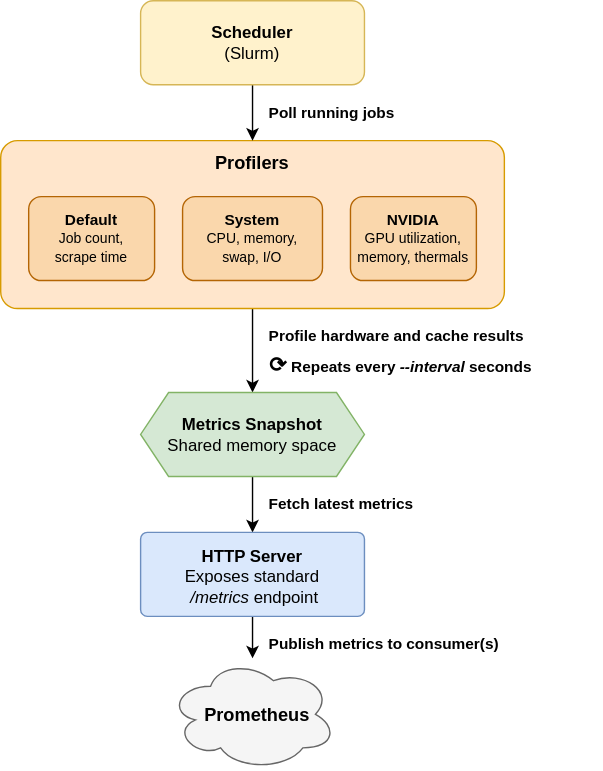
Above: assets/architecture.svg in Better-HPC/hpc-node-exporter (draw.io), before the change. Source tidied: cells renumbered, new cells last; positions are measured from the earlier drawing's top-left corner, leaving out a move shared by most shapes. Its diagram source:
```xml
<mxGraphModel>
  <root>
    <mxCell id="0" />
    <mxCell id="1" parent="0" />
    <mxCell id="2" style="edgeStyle=orthogonalEdgeStyle;rounded=0;jettySize=auto;html=1;" parent="1" edge="1" source="3" target="10">
      <mxGeometry relative="1" as="geometry" />
    </mxCell>
    <mxCell id="3" value="Profilers" style="rounded=1;whiteSpace=wrap;html=1;verticalAlign=top;fontStyle=1;fontSize=13;fillColor=#ffe6cc;strokeColor=#d79b00;arcSize=10;spacingTop=2;" parent="1" vertex="1">
      <mxGeometry y="100" width="360" height="120" as="geometry" />
    </mxCell>
    <mxCell id="4" value="&lt;b&gt;Default&lt;/b&gt;&lt;br&gt;&lt;font style=&quot;font-size:10px&quot;&gt;Job count,&lt;br&gt;scrape time&lt;/font&gt;" style="rounded=1;whiteSpace=wrap;html=1;fillColor=#fad7ac;strokeColor=#b46504;fontSize=11;" parent="1" vertex="1">
      <mxGeometry x="20" y="140" width="90" height="60" as="geometry" />
    </mxCell>
    <mxCell id="5" value="&lt;b&gt;System&lt;/b&gt;&lt;br&gt;&lt;font style=&quot;font-size:10px&quot;&gt;CPU, memory,&lt;br&gt;swap, I/O&lt;/font&gt;" style="rounded=1;whiteSpace=wrap;html=1;fillColor=#fad7ac;strokeColor=#b46504;fontSize=11;" parent="1" vertex="1">
      <mxGeometry x="130" y="140" width="100" height="60" as="geometry" />
    </mxCell>
    <mxCell id="6" value="&lt;b&gt;NVIDIA&lt;/b&gt;&lt;br&gt;&lt;font style=&quot;font-size:10px&quot;&gt;GPU utilization,&lt;br&gt;memory, thermals&lt;/font&gt;" style="rounded=1;whiteSpace=wrap;html=1;fillColor=#fad7ac;strokeColor=#b46504;fontSize=11;" parent="1" vertex="1">
      <mxGeometry x="250" y="140" width="90" height="60" as="geometry" />
    </mxCell>
    <mxCell id="7" style="edgeStyle=orthogonalEdgeStyle;rounded=0;jettySize=auto;html=1;" parent="1" edge="1" source="8" target="3">
      <mxGeometry relative="1" as="geometry" />
    </mxCell>
    <mxCell id="8" value="&lt;b&gt;Scheduler&lt;/b&gt;&lt;br&gt;(Slurm)" style="rounded=1;whiteSpace=wrap;html=1;fillColor=#fff2cc;strokeColor=#d6b656;fontSize=12;" parent="1" vertex="1">
      <mxGeometry x="100" width="160" height="60" as="geometry" />
    </mxCell>
    <mxCell id="9" style="edgeStyle=orthogonalEdgeStyle;rounded=0;jettySize=auto;html=1;" parent="1" edge="1" source="10" target="12">
      <mxGeometry relative="1" as="geometry" />
    </mxCell>
    <mxCell id="10" value="&lt;b&gt;Metrics Snapshot&lt;/b&gt;&lt;br&gt;Shared memory space" style="shape=hexagon;perimeter=hexagonPerimeter2;whiteSpace=wrap;html=1;fixedSize=1;fillColor=#d5e8d4;strokeColor=#82b366;fontSize=12;size=20;" parent="1" vertex="1">
      <mxGeometry x="100" y="280" width="160" height="60" as="geometry" />
    </mxCell>
    <mxCell id="11" style="edgeStyle=orthogonalEdgeStyle;rounded=0;jettySize=auto;html=1;" parent="1" edge="1" source="12" target="14">
      <mxGeometry relative="1" as="geometry" />
    </mxCell>
    <mxCell id="12" value="HTTP Server&lt;div&gt;&lt;span style=&quot;font-weight: normal;&quot;&gt;Exposes standard&lt;/span&gt;&lt;/div&gt;&lt;div&gt;&lt;span style=&quot;font-weight: normal;&quot;&gt;&lt;i&gt;&amp;nbsp;/metrics &lt;/i&gt;endpoint&lt;/span&gt;&lt;/div&gt;" style="rounded=1;whiteSpace=wrap;html=1;verticalAlign=top;fontStyle=1;fontSize=12;fillColor=#dae8fc;strokeColor=#6c8ebf;arcSize=8;spacingTop=4;" parent="1" vertex="1">
      <mxGeometry x="100" y="380" width="160" height="60" as="geometry" />
    </mxCell>
    <mxCell id="13" value="Profile hardware and cache results" style="text;html=1;align=left;verticalAlign=middle;fontSize=11;fontColor=#000000;fontStyle=1;" parent="1" vertex="1">
      <mxGeometry x="190" y="230" width="240" height="20" as="geometry" />
    </mxCell>
    <mxCell id="14" value="&lt;b&gt;Prometheus&lt;/b&gt;" style="shape=cloud;whiteSpace=wrap;html=1;fillColor=#f5f5f5;strokeColor=#666666;fontSize=13;spacingLeft=7;" parent="1" vertex="1">
      <mxGeometry x="120" y="470" width="120" height="80" as="geometry" />
    </mxCell>
    <mxCell id="15" value="Poll running jobs" style="text;html=1;align=left;verticalAlign=middle;fontSize=11;fontColor=#000000;fontStyle=1;" parent="1" vertex="1">
      <mxGeometry x="190" y="70" width="240" height="20" as="geometry" />
    </mxCell>
    <mxCell id="16" value="&lt;font style=&quot;font-size: 15px;&quot;&gt;⟳&lt;/font&gt; Repeats every &lt;i&gt;--interval&lt;/i&gt; seconds" style="text;html=1;align=left;verticalAlign=middle;fontSize=11;fontColor=#000000;fontStyle=1;" parent="1" vertex="1">
      <mxGeometry x="190" y="250" width="240" height="20" as="geometry" />
    </mxCell>
    <mxCell id="17" value="Fetch latest metrics" style="text;html=1;align=left;verticalAlign=middle;fontSize=11;fontColor=#000000;fontStyle=1;" parent="1" vertex="1">
      <mxGeometry x="190" y="350" width="240" height="20" as="geometry" />
    </mxCell>
    <mxCell id="18" value="&lt;div&gt;Publish metrics to consumer(s)&lt;/div&gt;" style="text;html=1;align=left;verticalAlign=middle;fontSize=11;fontColor=#000000;fontStyle=1;" parent="1" vertex="1">
      <mxGeometry x="190" y="450" width="240" height="20" as="geometry" />
    </mxCell>
  </root>
</mxGraphModel>
```
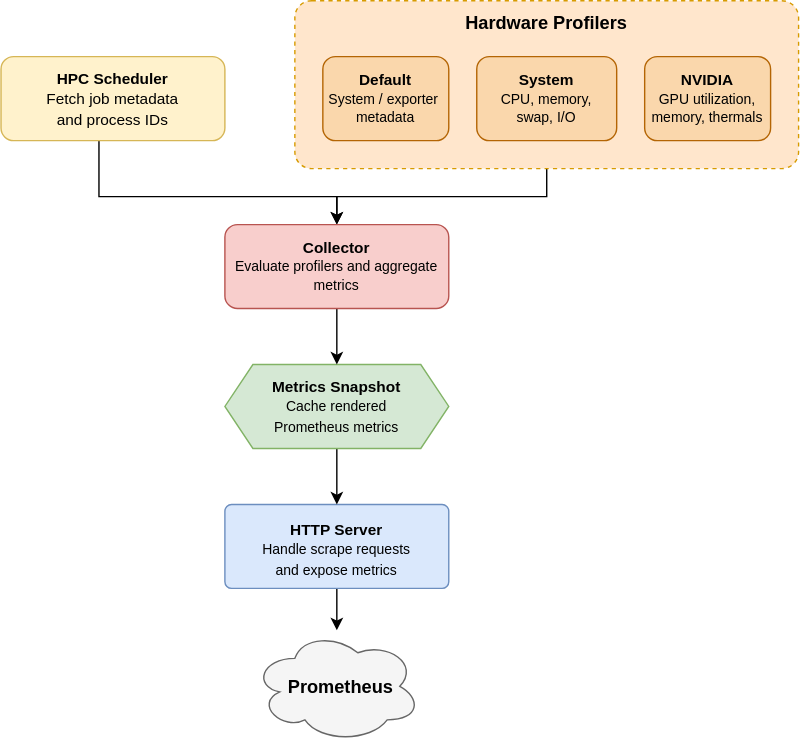
Above is the later version.

What changed in the source:
```diff
@@ -2,13 +2,18 @@
   <root>
     <mxCell id="0" />
     <mxCell id="1" parent="0" />
-    <mxCell id="2" style="edgeStyle=orthogonalEdgeStyle;rounded=0;jettySize=auto;html=1;" parent="1" edge="1" source="3" target="10">
-      <mxGeometry relative="1" as="geometry" />
-    </mxCell>
+    <mxCell id="19" style="edgeStyle=orthogonalEdgeStyle;rounded=0;jettySize=auto;html=1;" parent="1" edge="1" source="3" target="23">
+      <mxGeometry relative="1" as="geometry">
+        <Array as="points">
+          <mxPoint x="180" y="240" />
+          <mxPoint x="30" y="240" />
+        </Array>
+      </mxGeometry>
+    </mxCell>
-    <mxCell id="3" value="Profilers" style="rounded=1;whiteSpace=wrap;html=1;verticalAlign=top;fontStyle=1;fontSize=13;fillColor=#ffe6cc;strokeColor=#d79b00;arcSize=10;spacingTop=2;" parent="1" vertex="1">
+    <mxCell id="3" value="Hardware Profilers" style="rounded=1;whiteSpace=wrap;html=1;verticalAlign=top;fontStyle=1;fontSize=13;fillColor=#ffe6cc;strokeColor=#d79b00;arcSize=10;spacingTop=2;dashed=1;fillStyle=auto;" parent="1" vertex="1">
       <mxGeometry y="100" width="360" height="120" as="geometry" />
     </mxCell>
-    <mxCell id="4" value="&lt;b&gt;Default&lt;/b&gt;&lt;br&gt;&lt;font style=&quot;font-size:10px&quot;&gt;Job count,&lt;br&gt;scrape time&lt;/font&gt;" style="rounded=1;whiteSpace=wrap;html=1;fillColor=#fad7ac;strokeColor=#b46504;fontSize=11;" parent="1" vertex="1">
+    <mxCell id="4" value="&lt;b&gt;Default&lt;/b&gt;&lt;br&gt;&lt;div&gt;&lt;font style=&quot;font-size:10px&quot;&gt;System / exporter&amp;nbsp;&lt;/font&gt;&lt;/div&gt;&lt;div&gt;&lt;font style=&quot;font-size:10px&quot;&gt;metadata&lt;/font&gt;&lt;/div&gt;" style="rounded=1;whiteSpace=wrap;html=1;fillColor=#fad7ac;strokeColor=#b46504;fontSize=11;" parent="1" vertex="1">
       <mxGeometry x="20" y="140" width="90" height="60" as="geometry" />
     </mxCell>
     <mxCell id="5" value="&lt;b&gt;System&lt;/b&gt;&lt;br&gt;&lt;font style=&quot;font-size:10px&quot;&gt;CPU, memory,&lt;br&gt;swap, I/O&lt;/font&gt;" style="rounded=1;whiteSpace=wrap;html=1;fillColor=#fad7ac;strokeColor=#b46504;fontSize=11;" parent="1" vertex="1">
@@ -17,41 +22,37 @@
     <mxCell id="6" value="&lt;b&gt;NVIDIA&lt;/b&gt;&lt;br&gt;&lt;font style=&quot;font-size:10px&quot;&gt;GPU utilization,&lt;br&gt;memory, thermals&lt;/font&gt;" style="rounded=1;whiteSpace=wrap;html=1;fillColor=#fad7ac;strokeColor=#b46504;fontSize=11;" parent="1" vertex="1">
       <mxGeometry x="250" y="140" width="90" height="60" as="geometry" />
     </mxCell>
-    <mxCell id="7" style="edgeStyle=orthogonalEdgeStyle;rounded=0;jettySize=auto;html=1;" parent="1" edge="1" source="8" target="3">
-      <mxGeometry relative="1" as="geometry" />
+    <mxCell id="7" style="edgeStyle=orthogonalEdgeStyle;rounded=0;jettySize=auto;html=1;" parent="1" edge="1" source="8" target="23">
+      <mxGeometry relative="1" as="geometry">
+        <Array as="points">
+          <mxPoint x="-140" y="240" />
+          <mxPoint x="30" y="240" />
+        </Array>
+      </mxGeometry>
     </mxCell>
-    <mxCell id="8" value="&lt;b&gt;Scheduler&lt;/b&gt;&lt;br&gt;(Slurm)" style="rounded=1;whiteSpace=wrap;html=1;fillColor=#fff2cc;strokeColor=#d6b656;fontSize=12;" parent="1" vertex="1">
-      <mxGeometry x="100" width="160" height="60" as="geometry" />
+    <mxCell id="8" value="&lt;font style=&quot;font-size: 11px;&quot;&gt;&lt;b&gt;HPC&amp;nbsp;Scheduler&lt;/b&gt;&lt;/font&gt;&lt;div&gt;&lt;font style=&quot;font-size: 11px;&quot;&gt;Fetch job metadata&lt;/font&gt;&lt;/div&gt;&lt;div&gt;&lt;font style=&quot;font-size: 11px;&quot;&gt;and process IDs&lt;/font&gt;&lt;/div&gt;" style="rounded=1;whiteSpace=wrap;html=1;fillColor=#fff2cc;strokeColor=#d6b656;fontSize=12;" parent="1" vertex="1">
+      <mxGeometry x="-210" y="140" width="160" height="60" as="geometry" />
     </mxCell>
-    <mxCell id="9" style="edgeStyle=orthogonalEdgeStyle;rounded=0;jettySize=auto;html=1;" parent="1" edge="1" source="10" target="12">
-      <mxGeometry relative="1" as="geometry" />
-    </mxCell>
-    <mxCell id="10" value="&lt;b&gt;Metrics Snapshot&lt;/b&gt;&lt;br&gt;Shared memory space" style="shape=hexagon;perimeter=hexagonPerimeter2;whiteSpace=wrap;html=1;fixedSize=1;fillColor=#d5e8d4;strokeColor=#82b366;fontSize=12;size=20;" parent="1" vertex="1">
-      <mxGeometry x="100" y="280" width="160" height="60" as="geometry" />
-    </mxCell>
     <mxCell id="11" style="edgeStyle=orthogonalEdgeStyle;rounded=0;jettySize=auto;html=1;" parent="1" edge="1" source="12" target="14">
       <mxGeometry relative="1" as="geometry" />
     </mxCell>
-    <mxCell id="12" value="HTTP Server&lt;div&gt;&lt;span style=&quot;font-weight: normal;&quot;&gt;Exposes standard&lt;/span&gt;&lt;/div&gt;&lt;div&gt;&lt;span style=&quot;font-weight: normal;&quot;&gt;&lt;i&gt;&amp;nbsp;/metrics &lt;/i&gt;endpoint&lt;/span&gt;&lt;/div&gt;" style="rounded=1;whiteSpace=wrap;html=1;verticalAlign=top;fontStyle=1;fontSize=12;fillColor=#dae8fc;strokeColor=#6c8ebf;arcSize=8;spacingTop=4;" parent="1" vertex="1">
-      <mxGeometry x="100" y="380" width="160" height="60" as="geometry" />
+    <mxCell id="12" value="&lt;font style=&quot;font-size: 11px;&quot;&gt;HTTP Server&lt;/font&gt;&lt;div&gt;&lt;font style=&quot;font-size: 10px;&quot;&gt;&lt;span style=&quot;font-weight: normal;&quot;&gt;Handle scrape requests&lt;br&gt;and expose metrics&lt;/span&gt;&lt;/font&gt;&lt;/div&gt;" style="rounded=1;whiteSpace=wrap;html=1;verticalAlign=top;fontStyle=1;fontSize=12;fillColor=#dae8fc;strokeColor=#6c8ebf;arcSize=8;spacingTop=4;" parent="1" vertex="1">
+      <mxGeometry x="-50" y="460" width="160" height="60" as="geometry" />
     </mxCell>
-    <mxCell id="13" value="Profile hardware and cache results" style="text;html=1;align=left;verticalAlign=middle;fontSize=11;fontColor=#000000;fontStyle=1;" parent="1" vertex="1">
-      <mxGeometry x="190" y="230" width="240" height="20" as="geometry" />
-    </mxCell>
-    <mxCell id="14" value="&lt;b&gt;Prometheus&lt;/b&gt;" style="shape=cloud;whiteSpace=wrap;html=1;fillColor=#f5f5f5;strokeColor=#666666;fontSize=13;spacingLeft=7;" parent="1" vertex="1">
-      <mxGeometry x="120" y="470" width="120" height="80" as="geometry" />
+    <mxCell id="14" value="&lt;b&gt;Prometheus&lt;/b&gt;" style="shape=cloud;whiteSpace=wrap;html=1;fillColor=#f5f5f5;strokeColor=#666666;fontSize=13;spacingLeft=6;" parent="1" vertex="1">
+      <mxGeometry x="-30" y="550" width="120" height="80" as="geometry" />
     </mxCell>
-    <mxCell id="15" value="Poll running jobs" style="text;html=1;align=left;verticalAlign=middle;fontSize=11;fontColor=#000000;fontStyle=1;" parent="1" vertex="1">
-      <mxGeometry x="190" y="70" width="240" height="20" as="geometry" />
-    </mxCell>
-    <mxCell id="16" value="&lt;font style=&quot;font-size: 15px;&quot;&gt;⟳&lt;/font&gt; Repeats every &lt;i&gt;--interval&lt;/i&gt; seconds" style="text;html=1;align=left;verticalAlign=middle;fontSize=11;fontColor=#000000;fontStyle=1;" parent="1" vertex="1">
-      <mxGeometry x="190" y="250" width="240" height="20" as="geometry" />
-    </mxCell>
-    <mxCell id="17" value="Fetch latest metrics" style="text;html=1;align=left;verticalAlign=middle;fontSize=11;fontColor=#000000;fontStyle=1;" parent="1" vertex="1">
-      <mxGeometry x="190" y="350" width="240" height="20" as="geometry" />
-    </mxCell>
-    <mxCell id="18" value="&lt;div&gt;Publish metrics to consumer(s)&lt;/div&gt;" style="text;html=1;align=left;verticalAlign=middle;fontSize=11;fontColor=#000000;fontStyle=1;" parent="1" vertex="1">
-      <mxGeometry x="190" y="450" width="240" height="20" as="geometry" />
-    </mxCell>
+    <mxCell id="20" style="edgeStyle=orthogonalEdgeStyle;rounded=0;jettySize=auto;html=1;exitX=0.5;exitY=1;exitDx=0;exitDy=0;" parent="1" edge="1" source="21" target="12">
+      <mxGeometry relative="1" as="geometry" />
+    </mxCell>
+    <mxCell id="21" value="&lt;font style=&quot;font-size: 11px;&quot;&gt;&lt;b&gt;Metrics Snapshot&lt;/b&gt;&lt;br&gt;&lt;/font&gt;&lt;div&gt;&lt;font style=&quot;font-size: 10px;&quot;&gt;Cache rendered&lt;/font&gt;&lt;/div&gt;&lt;div&gt;&lt;font style=&quot;font-size: 10px;&quot;&gt;Prometheus metrics&lt;/font&gt;&lt;/div&gt;" style="shape=hexagon;perimeter=hexagonPerimeter2;whiteSpace=wrap;html=1;fixedSize=1;fillColor=#d5e8d4;strokeColor=#82b366;fontSize=12;size=20;" parent="1" vertex="1">
+      <mxGeometry x="-50" y="360" width="160" height="60" as="geometry" />
+    </mxCell>
+    <mxCell id="22" style="edgeStyle=orthogonalEdgeStyle;rounded=0;jettySize=auto;html=1;" parent="1" edge="1" source="23" target="21">
+      <mxGeometry relative="1" as="geometry" />
+    </mxCell>
+    <mxCell id="23" value="&lt;b&gt;Collector&lt;/b&gt;&lt;br&gt;&lt;div&gt;&lt;font style=&quot;font-size:10px&quot;&gt;Evaluate profilers&lt;/font&gt;&lt;font style=&quot;font-size:10px&quot;&gt;&amp;nbsp;and aggregate metrics&lt;/font&gt;&lt;/div&gt;" style="rounded=1;whiteSpace=wrap;html=1;fillColor=#f8cecc;strokeColor=#b85450;fontSize=11;" parent="1" vertex="1">
+      <mxGeometry x="-50" y="260" width="160" height="60" as="geometry" />
+    </mxCell>
   </root>
 </mxGraphModel>
```
